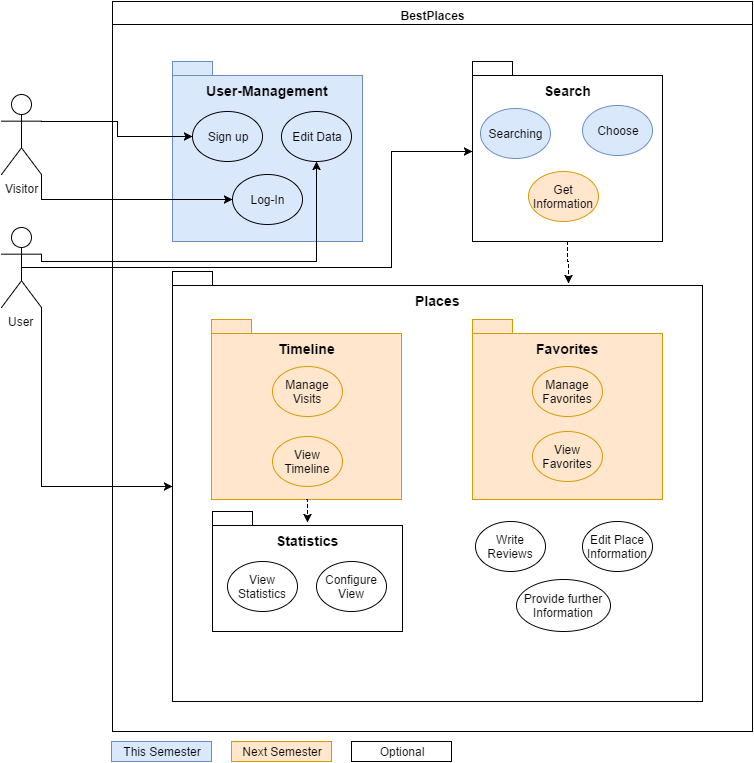
anonfreak/bestplaces keeps this draw.io diagram as doku/GOUCD.png. Above is the earlier version. Source tidied: cells renumbered, new cells last; positions are measured from the earlier drawing's top-left corner, leaving out a move shared by most shapes.
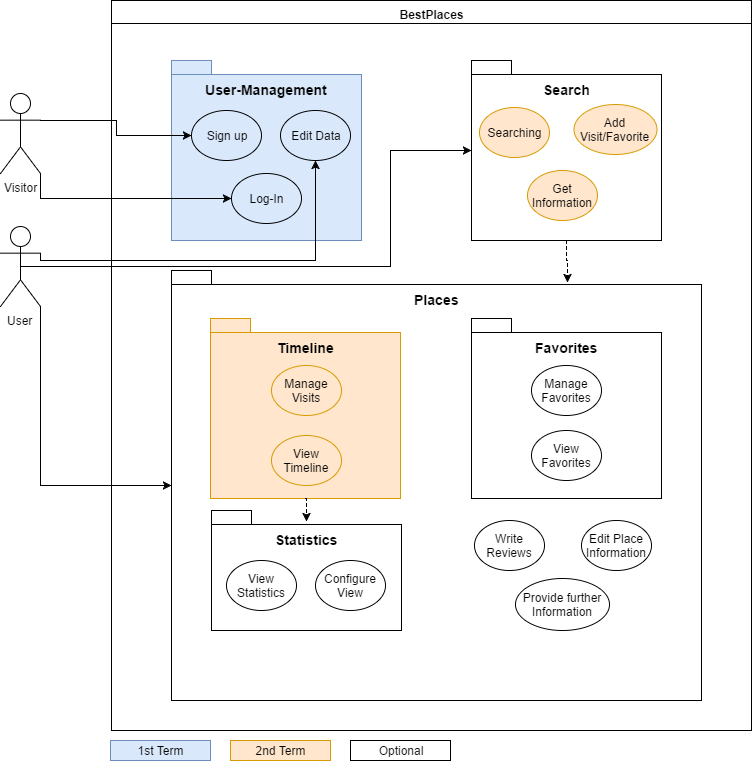
Later version of the same file.

Commit message:
Changed Use-Case DIagram

Change to the diagram source:
```diff
@@ -23,25 +23,25 @@
     <mxCell id="8" value="&lt;h3&gt;Places&lt;/h3&gt;" style="shape=folder;fontStyle=1;spacingTop=0;tabWidth=40;tabHeight=14;tabPosition=left;html=1;fillColor=#ffffff;verticalAlign=top;strokeColor=#000000;" parent="2" vertex="1">
       <mxGeometry x="60" y="270" width="530" height="430" as="geometry" />
     </mxCell>
-    <mxCell id="9" value="Searching" style="ellipse;whiteSpace=wrap;html=1;fillColor=#dae8fc;shadow=0;strokeColor=#6c8ebf;" parent="2" vertex="1">
+    <mxCell id="9" value="Searching" style="ellipse;whiteSpace=wrap;html=1;fillColor=#ffe6cc;shadow=0;strokeColor=#d79b00;" parent="2" vertex="1">
       <mxGeometry x="368" y="107" width="70" height="50" as="geometry" />
     </mxCell>
-    <mxCell id="10" value="Choose" style="ellipse;whiteSpace=wrap;html=1;fillColor=#dae8fc;shadow=0;strokeColor=#6c8ebf;" parent="2" vertex="1">
-      <mxGeometry x="470" y="104" width="70" height="50" as="geometry" />
+    <mxCell id="10" value="Add Visit/Favorite" style="ellipse;whiteSpace=wrap;html=1;fillColor=#ffe6cc;shadow=0;strokeColor=#d79b00;" parent="2" vertex="1">
+      <mxGeometry x="462" y="104" width="83" height="50" as="geometry" />
     </mxCell>
     <mxCell id="11" value="&lt;h3&gt;Statistics&lt;/h3&gt;" style="shape=folder;fontStyle=1;spacingTop=0;tabWidth=40;tabHeight=14;tabPosition=left;html=1;fillColor=#ffffff;verticalAlign=top;strokeColor=#000000;" parent="2" vertex="1">
       <mxGeometry x="100" y="510" width="190" height="120" as="geometry" />
     </mxCell>
-    <mxCell id="12" style="group;" parent="2" vertex="1">
+    <mxCell id="12" style="group;fillColor=#FFFFFF;strokeColor=none;" parent="2" vertex="1">
       <mxGeometry x="360" y="314" width="190" height="180" as="geometry" />
     </mxCell>
-    <mxCell id="13" value="&lt;h3&gt;Favorites&lt;/h3&gt;" style="shape=folder;fontStyle=1;spacingTop=0;tabWidth=40;tabHeight=14;tabPosition=left;html=1;fillColor=#ffe6cc;verticalAlign=top;strokeColor=#d79b00;" parent="12" vertex="1">
+    <mxCell id="13" value="&lt;h3&gt;Favorites&lt;/h3&gt;" style="shape=folder;fontStyle=1;spacingTop=0;tabWidth=40;tabHeight=14;tabPosition=left;html=1;fillColor=#FFFFFF;verticalAlign=top;strokeColor=#000000;" parent="12" vertex="1">
       <mxGeometry y="4" width="190" height="180" as="geometry" />
     </mxCell>
-    <mxCell id="14" value="Manage Favorites" style="ellipse;whiteSpace=wrap;html=1;fillColor=#ffe6cc;shadow=0;strokeColor=#d79b00;" parent="12" vertex="1">
+    <mxCell id="14" value="Manage Favorites" style="ellipse;whiteSpace=wrap;html=1;fillColor=#FFFFFF;shadow=0;strokeColor=#000000;" parent="12" vertex="1">
       <mxGeometry x="60" y="51" width="70" height="50" as="geometry" />
     </mxCell>
-    <mxCell id="15" value="View Favorites" style="ellipse;whiteSpace=wrap;html=1;fillColor=#ffe6cc;shadow=0;strokeColor=#d79b00;" parent="12" vertex="1">
+    <mxCell id="15" value="View Favorites" style="ellipse;whiteSpace=wrap;html=1;fillColor=#FFFFFF;shadow=0;strokeColor=#000000;" parent="12" vertex="1">
       <mxGeometry x="60" y="116" width="70" height="50" as="geometry" />
     </mxCell>
     <mxCell id="16" value="View Statistics" style="ellipse;whiteSpace=wrap;html=1;fillColor=#ffffff;shadow=0;strokeColor=#000000;" parent="2" vertex="1">
@@ -82,10 +82,10 @@
     <mxCell id="26" style="edgeStyle=orthogonalEdgeStyle;rounded=0;html=1;exitX=0.5;exitY=1;entryX=0.5;entryY=0.092;entryPerimeter=0;dashed=1;jettySize=auto;" parent="2" edge="1" source="18" target="11">
       <mxGeometry relative="1" as="geometry" />
     </mxCell>
-    <mxCell id="27" value="This Semester" style="whiteSpace=wrap;html=1;shadow=0;fillColor=#dae8fc;strokeColor=#6c8ebf;" parent="1" vertex="1">
+    <mxCell id="27" value="1st Term" style="whiteSpace=wrap;html=1;shadow=0;fillColor=#dae8fc;strokeColor=#6c8ebf;" parent="1" vertex="1">
       <mxGeometry x="110" y="740" width="100" height="20" as="geometry" />
     </mxCell>
-    <mxCell id="28" value="Next Semester" style="whiteSpace=wrap;html=1;shadow=0;fillColor=#ffe6cc;strokeColor=#d79b00;" parent="1" vertex="1">
+    <mxCell id="28" value="2nd Term" style="whiteSpace=wrap;html=1;shadow=0;fillColor=#ffe6cc;strokeColor=#d79b00;" parent="1" vertex="1">
       <mxGeometry x="230" y="740" width="100" height="20" as="geometry" />
     </mxCell>
     <mxCell id="29" value="Optional" style="whiteSpace=wrap;html=1;shadow=0;fillColor=#ffffff;strokeColor=#000000;" parent="1" vertex="1">
```
